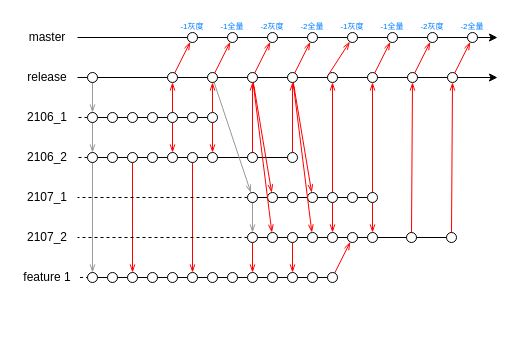
The draw.io diagram 分支管理 2021.drawio in Cmdone/Draw.io, before the edit. Source tidied: cells renumbered, new cells numbered last; positions are measured from the earlier drawing's top-left corner, leaving out a move shared by most shapes. Both pictures are drawn from the tidied source at 100%, with x=0, y=0 at pixel (17, 17).
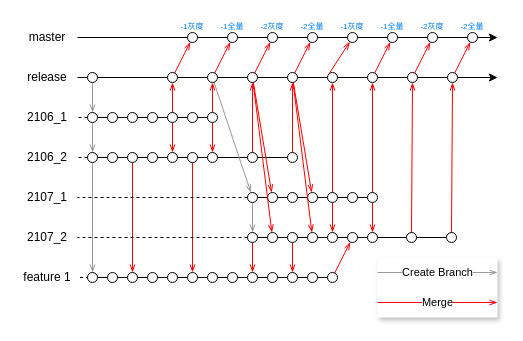
Above is the later version.

Change to the diagram source:
```diff
@@
+    <mxCell id="125" style="rounded=0;whiteSpace=wrap;html=1;strokeColor=none;shadow=1;" parent="1" vertex="1">
+      <mxGeometry x="360" y="240" width="120" height="60" as="geometry" />
+    </mxCell>
+    <mxCell id="126" value="Create Branch" style="edgeStyle=none;rounded=0;orthogonalLoop=1;jettySize=auto;html=1;entryX=1;entryY=0.25;entryDx=0;entryDy=0;endArrow=openThin;endFill=0;strokeColor=#999999;exitX=0;exitY=0.25;exitDx=0;exitDy=0;" parent="1" edge="1" source="125" target="125">
+      <mxGeometry relative="1" as="geometry" />
+    </mxCell>
+    <mxCell id="127" value="Merge" style="edgeStyle=none;rounded=0;orthogonalLoop=1;jettySize=auto;html=1;endArrow=openThin;endFill=0;strokeColor=#FF0000;entryX=1;entryY=0.75;entryDx=0;entryDy=0;exitX=0;exitY=0.75;exitDx=0;exitDy=0;" parent="1" edge="1" source="125" target="125">
+      <mxGeometry relative="1" as="geometry" />
+    </mxCell>
```
